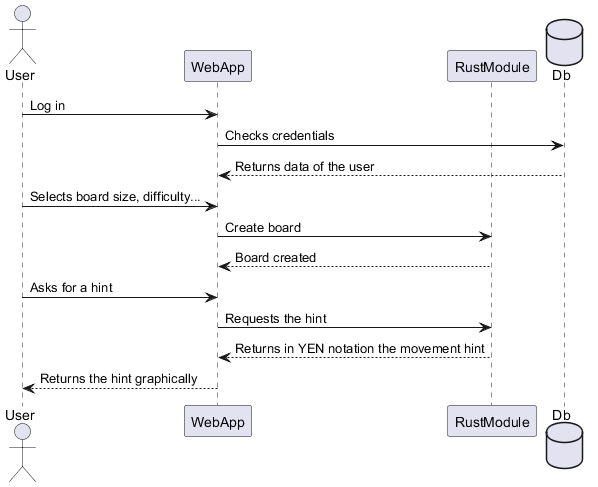
The PlantUML diagram images/Asking for Hint.png in Arquisoft/yovi_en3b, before a commit. The source it was exported from:
```plantuml
@startuml
actor User
participant WebApp
participant RustModule
database Db

User -> WebApp: Log in
WebApp -> Db: Checks credentials
Db --> WebApp: Returns data of the user
User -> WebApp: Selects board size, difficulty...
WebApp -> RustModule: Create board
RustModule --> WebApp: Board created

User -> WebApp: Asks for a hint
WebApp -> RustModule: Requests the hint
RustModule --> WebApp: Returns in YEN notation the movement hint
WebApp --> User: Returns the hint graphically

@enduml
```
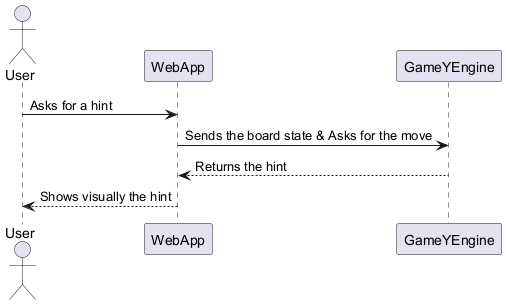
The same file after the commit.

What changed in the source:
```diff
@@ -1,19 +1,11 @@
 @startuml
 actor User
 participant WebApp
-participant RustModule
-database Db
-
-User -> WebApp: Log in
-WebApp -> Db: Checks credentials
-Db --> WebApp: Returns data of the user
-User -> WebApp: Selects board size, difficulty...
-WebApp -> RustModule: Create board
-RustModule --> WebApp: Board created
+participant GameYEngine
 
 User -> WebApp: Asks for a hint
-WebApp -> RustModule: Requests the hint
-RustModule --> WebApp: Returns in YEN notation the movement hint
-WebApp --> User: Returns the hint graphically
+WebApp -> GameYEngine: Sends the board state & Asks for the move
+GameYEngine --> WebApp: Returns the hint
+WebApp --> User: Shows visually the hint
 
 @enduml
```
